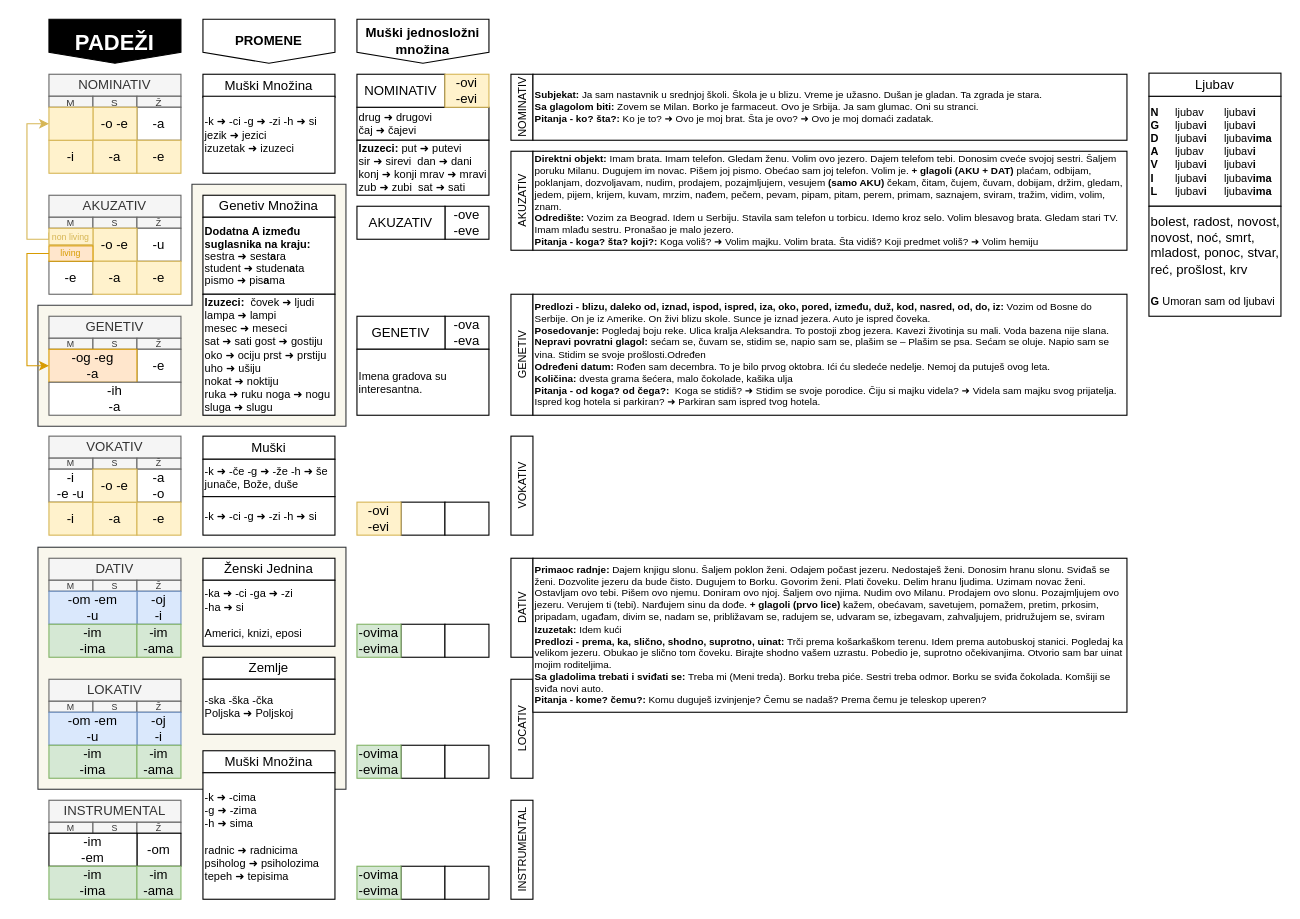
Before: padezi.drawio in vlandivir/srpski, a draw.io diagram. Source tidied: cells renumbered, new cells numbered last; positions are measured from the earlier drawing's top-left corner, leaving out a move shared by most shapes. Both pictures are drawn from the tidied source at 110%, with x=0, y=0 at pixel (26, 19).
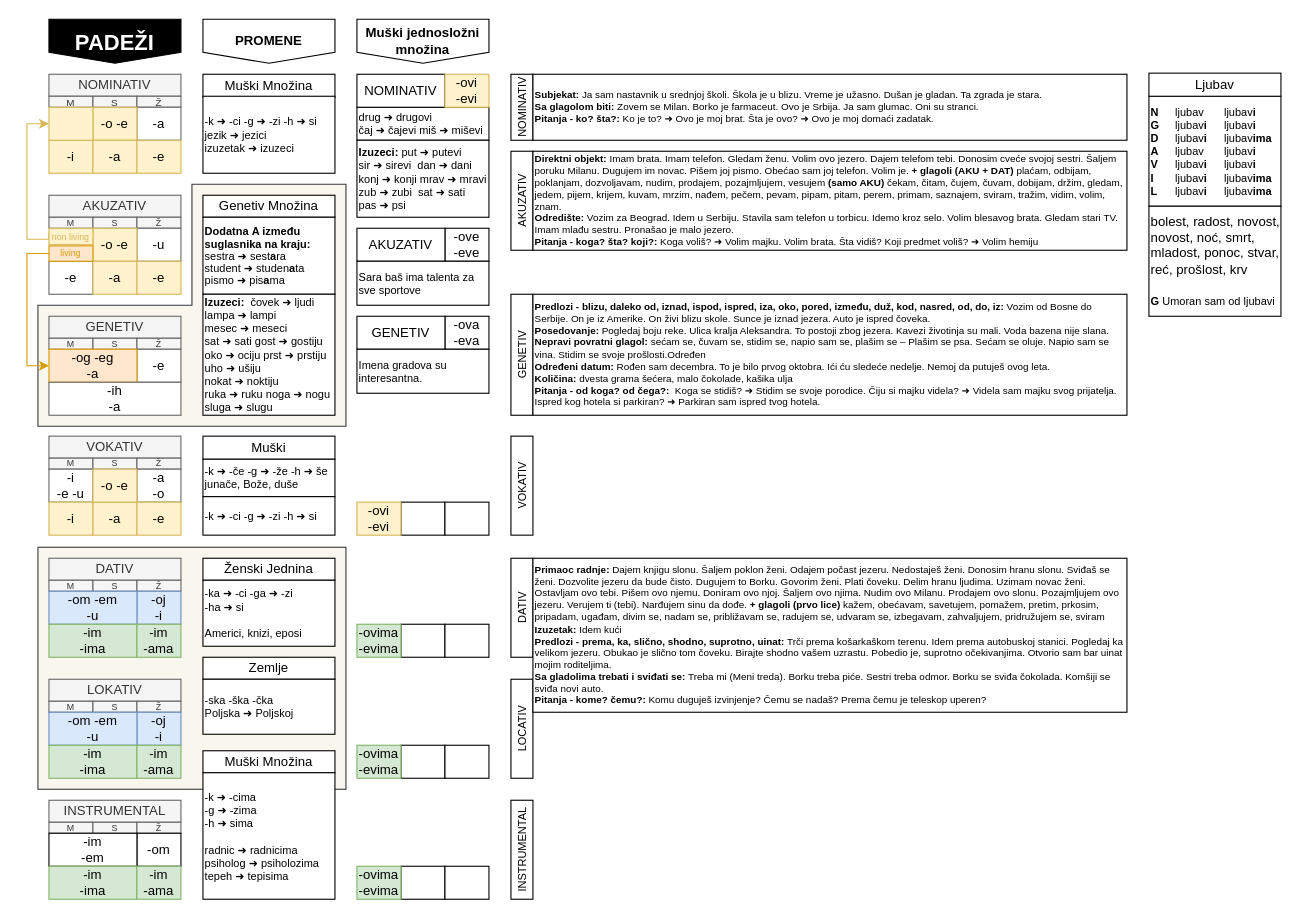
Above is the later version.

The edit, as a diff of the source:
```diff
@@
-    <mxCell id="6" value="drug ➜ drugovi&lt;br&gt;čaj ➜ čajevi" style="rounded=0;whiteSpace=wrap;html=1;align=left;fontSize=10;" parent="1" vertex="1">
+    <mxCell id="6" value="drug ➜ drugovi&lt;br&gt;čaj ➜ čajevi miš ➜ miševi" style="rounded=0;whiteSpace=wrap;html=1;align=left;fontSize=10;" parent="1" vertex="1">
       <mxGeometry x="300" y="80" width="120" height="30" as="geometry" />
     </mxCell>
@@
     <mxCell id="67" value="-ove&lt;br&gt;-eve" style="rounded=0;whiteSpace=wrap;html=1;" parent="1" vertex="1">
-      <mxGeometry x="380" y="170" width="40" height="30" as="geometry" />
+      <mxGeometry x="380" y="190" width="40" height="30" as="geometry" />
     </mxCell>
@@
-    <mxCell id="101" value="&lt;b&gt;Izuzeci: &lt;/b&gt;put ➜ putevi&lt;br&gt;sir ➜ sirevi&amp;nbsp; dan ➜ dani&lt;br&gt;konj ➜ konji mrav ➜ mravi&lt;br&gt;zub ➜ zubi&amp;nbsp; sat ➜ sati" style="rounded=0;whiteSpace=wrap;html=1;align=left;fontSize=10;" parent="1" vertex="1">
-      <mxGeometry x="300" y="110" width="120" height="50" as="geometry" />
+    <mxCell id="101" value="&lt;b&gt;Izuzeci: &lt;/b&gt;put ➜ putevi&lt;br&gt;sir ➜ sirevi&amp;nbsp; dan ➜ dani&lt;br&gt;konj ➜ konji mrav ➜ mravi&lt;br&gt;zub ➜ zubi&amp;nbsp; sat ➜ sati &lt;br&gt;pas ➜ psi" style="rounded=0;whiteSpace=wrap;html=1;align=left;fontSize=10;" parent="1" vertex="1">
+      <mxGeometry x="300" y="110" width="120" height="70" as="geometry" />
     </mxCell>
@@
     <mxCell id="116" value="Imena gradova su interesantna." style="rounded=0;whiteSpace=wrap;html=1;align=left;fontSize=10;" parent="1" vertex="1">
-      <mxGeometry x="300" y="300" width="120" height="60" as="geometry" />
+      <mxGeometry x="300" y="300" width="120" height="40" as="geometry" />
     </mxCell>
     <mxCell id="117" value="AKUZATIV" style="rounded=0;whiteSpace=wrap;html=1;" parent="1" vertex="1">
-      <mxGeometry x="300" y="170" width="80" height="30" as="geometry" />
+      <mxGeometry x="300" y="190" width="80" height="30" as="geometry" />
     </mxCell>
@@
+    <mxCell id="120" value="Sara baš ima talenta za sve sportove" style="rounded=0;whiteSpace=wrap;html=1;align=left;fontSize=10;" parent="1" vertex="1">
+      <mxGeometry x="300" y="220" width="120" height="40" as="geometry" />
+    </mxCell>
```
